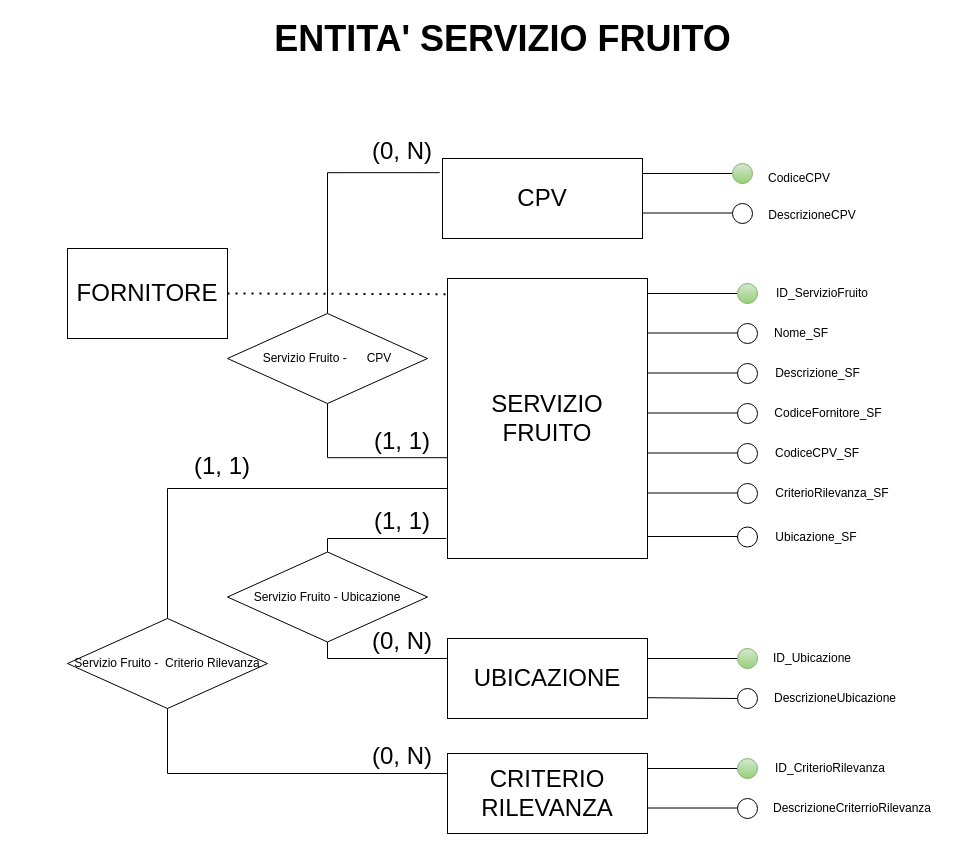
The draw.io diagram Modello Concettuale/Drawio/Entità Servizio Fruito.drawio in maurizion71/progetto, before the edit. Source tidied: cells renumbered, new cells numbered last; positions are measured from the earlier drawing's top-left corner, leaving out a move shared by most shapes. Both pictures are drawn from the tidied source at 100%, with x=0, y=0 at pixel (67, 18).
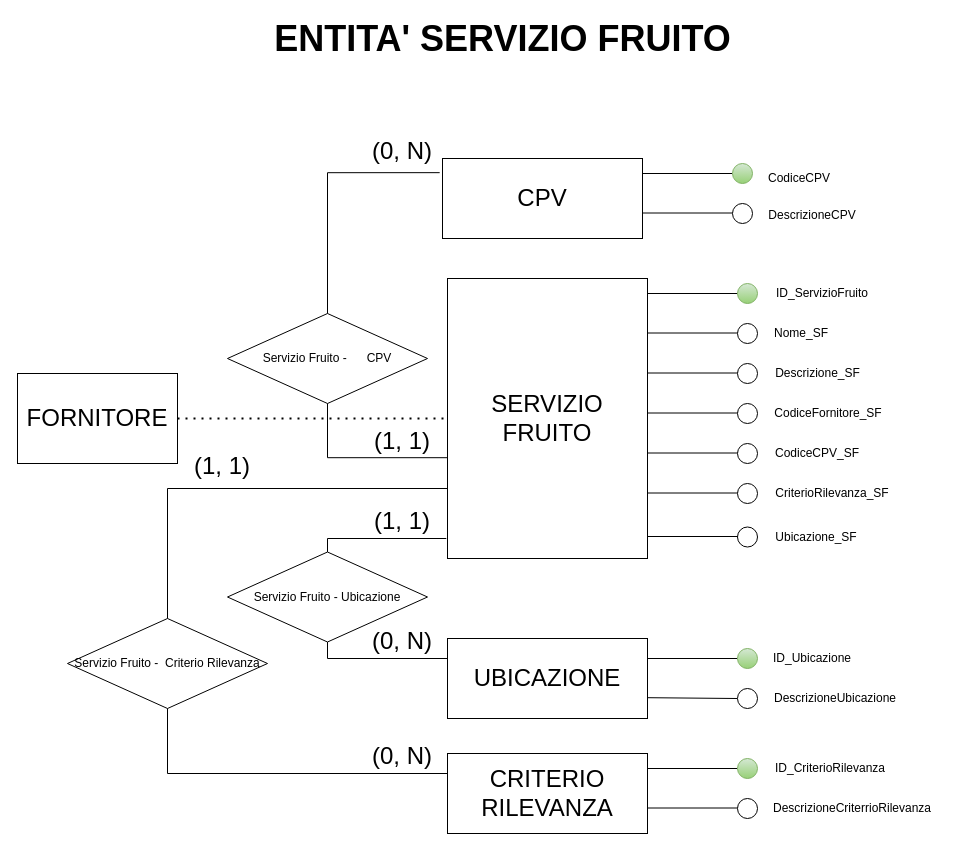
Above is the later version.

Commit message (it also covers changes not shown here):
Correzione schemi modello concettuale (Entità Servizio Fruito e Relazione Asset - Servizio Erogato)

Unchanged cells that the change refers to:
```xml
<mxCell id="3" value="&lt;span style=&quot;font-size: 24px;&quot;&gt;SERVIZIO FRUITO&lt;/span&gt;" style="rounded=0;whiteSpace=wrap;html=1;" parent="1" vertex="1">
  <mxGeometry x="380" y="260" width="200" height="280" as="geometry" />
</mxCell>
```

What changed in the source:
```diff
@@
-    <mxCell id="2" style="endArrow=none;dashed=1;html=1;dashPattern=1 3;strokeWidth=2;rounded=0;entryX=0;entryY=0.056;entryDx=0;entryDy=0;entryPerimeter=0;exitX=1;exitY=0.5;exitDx=0;exitDy=0;" parent="1" edge="1" source="33" target="3">
+    <mxCell id="2" style="endArrow=none;dashed=1;html=1;dashPattern=1 3;strokeWidth=2;rounded=0;entryX=0;entryY=0.5;entryDx=0;entryDy=0;exitX=1;exitY=0.5;exitDx=0;exitDy=0;" parent="1" edge="1" source="33" target="3">
       <mxGeometry relative="1" as="geometry" />
     </mxCell>
@@
     <mxCell id="33" value="&lt;font style=&quot;font-size: 24px;&quot;&gt;FORNITORE&lt;/font&gt;" style="rounded=0;whiteSpace=wrap;html=1;" parent="1" vertex="1">
-      <mxGeometry y="230" width="160" height="90" as="geometry" />
+      <mxGeometry x="-50" y="355" width="160" height="90" as="geometry" />
     </mxCell>
```
